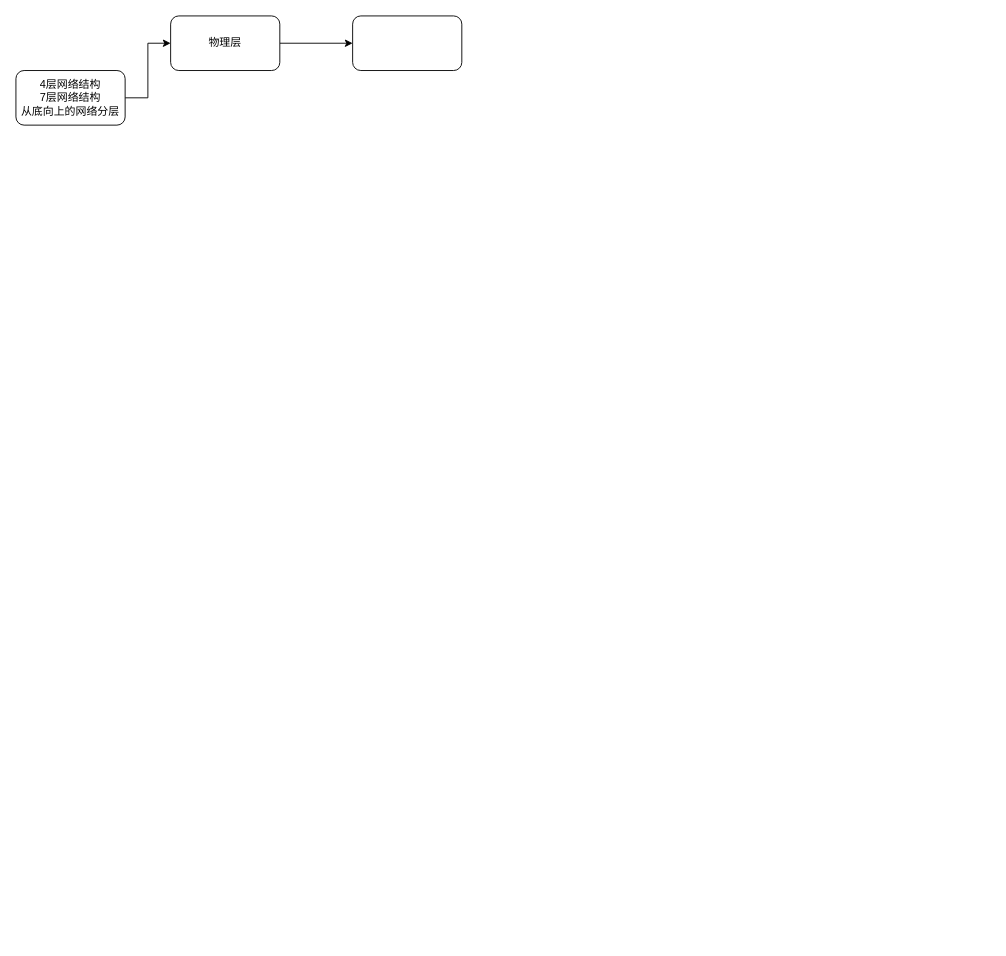
The draw.io diagram 网络.drawio in ShareTheWord/ml, before the edit. Source tidied: cells renumbered, new cells numbered last; positions are measured from the earlier drawing's top-left corner, leaving out a move shared by most shapes. Both pictures are drawn from the tidied source at 91%, with x=0, y=0 at pixel (15, 15).
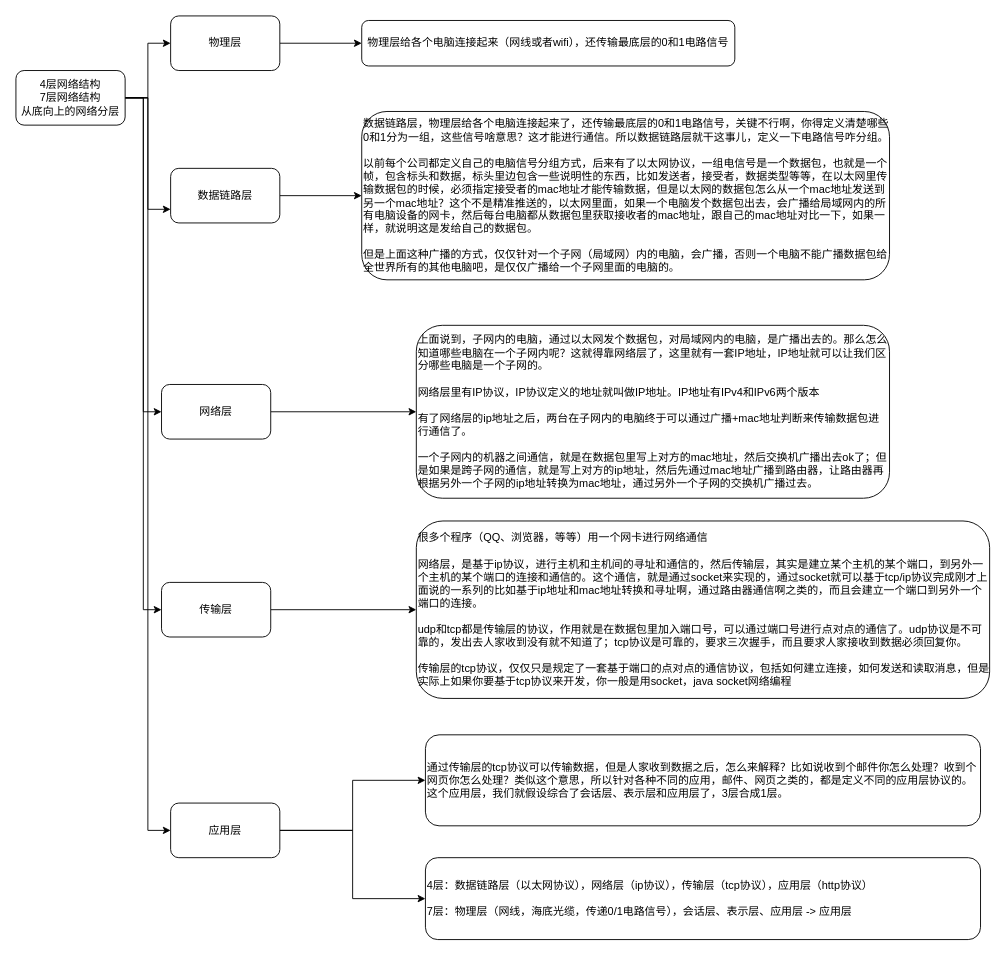
Above is the later version.

The change refers to these unchanged cells:
```xml
<mxCell id="3" value="4层网络结构&lt;br&gt;7层网络结构&lt;br&gt;从底向上的网络分层" style="rounded=1;whiteSpace=wrap;html=1;" parent="1" vertex="1">
  <mxGeometry y="60" width="120" height="60" as="geometry" />
</mxCell>
```

What changed in the source:
```diff
@@
+    <mxCell id="7" style="edgeStyle=orthogonalEdgeStyle;rounded=0;jettySize=auto;html=1;entryX=0;entryY=0.75;entryDx=0;entryDy=0;" parent="1" edge="1" source="3" target="12">
+      <mxGeometry relative="1" as="geometry" />
+    </mxCell>
+    <mxCell id="8" style="edgeStyle=orthogonalEdgeStyle;rounded=0;jettySize=auto;html=1;entryX=0;entryY=0.5;entryDx=0;entryDy=0;" parent="1" edge="1" source="3" target="16">
+      <mxGeometry relative="1" as="geometry" />
+    </mxCell>
+    <mxCell id="9" style="edgeStyle=orthogonalEdgeStyle;rounded=0;jettySize=auto;html=1;entryX=0;entryY=0.5;entryDx=0;entryDy=0;" parent="1" edge="1" source="3" target="18">
+      <mxGeometry relative="1" as="geometry" />
+    </mxCell>
+    <mxCell id="10" style="edgeStyle=orthogonalEdgeStyle;rounded=0;jettySize=auto;html=1;entryX=0;entryY=0.5;entryDx=0;entryDy=0;" parent="1" edge="1" source="3" target="22">
+      <mxGeometry relative="1" as="geometry" />
+    </mxCell>
@@
-    <mxCell id="6" style="rounded=1;whiteSpace=wrap;html=1;" parent="1" vertex="1">
-      <mxGeometry x="370" width="120" height="60" as="geometry" />
+    <mxCell id="6" value="物理层给各个电脑连接起来（网线或者wifi），还传输最底层的0和1电路信号" style="rounded=1;whiteSpace=wrap;html=1;" parent="1" vertex="1">
+      <mxGeometry x="380" y="5" width="410" height="50" as="geometry" />
     </mxCell>
+    <mxCell id="11" style="edgeStyle=orthogonalEdgeStyle;rounded=0;jettySize=auto;html=1;" parent="1" edge="1" source="12" target="13">
+      <mxGeometry relative="1" as="geometry" />
+    </mxCell>
+    <mxCell id="12" value="数据链路层" style="rounded=1;whiteSpace=wrap;html=1;" parent="1" vertex="1">
+      <mxGeometry x="170" y="167.5" width="120" height="60" as="geometry" />
+    </mxCell>
+    <mxCell id="13" value="数据链路层，物理层给各个电脑连接起来了，还传输最底层的0和1电路信号，关键不行啊，你得定义清楚哪些0和1分为一组，这些信号啥意思？这才能进行通信。所以数据链路层就干这事儿，定义一下电路信号咋分组。&lt;br&gt;&lt;br&gt;以前每个公司都定义自己的电脑信号分组方式，后来有了以太网协议，一组电信号是一个数据包，也就是一个帧，包含标头和数据，标头里边包含一些说明性的东西，比如发送者，接受者，数据类型等等，在以太网里传输数据包的时候，必须指定接受者的mac地址才能传输数据，&lt;span&gt;但是以太网的数据包怎么从一个mac地址发送到另一个mac地址？这个不是精准推送的，以太网里面，如果一个电脑发个数据包出去，会广播给局域网内的所有电脑设备的网卡，然后每台电脑都从数据包里获取接收者的mac地址，跟自己的mac地址对比一下，如果一样，就说明这是发给自己的数据包。&lt;/span&gt;&lt;div&gt;&lt;br&gt;&lt;/div&gt;&lt;div&gt;但是上面这种广播的方式，仅仅针对一个子网（局域网）内的电脑，会广播，否则一个电脑不能广播数据包给全世界所有的其他电脑吧，是仅仅广播给一个子网里面的电脑的。&lt;/div&gt;" style="rounded=1;whiteSpace=wrap;html=1;align=left;" parent="1" vertex="1">
+      <mxGeometry x="380" y="105" width="580" height="185" as="geometry" />
+    </mxCell>
+    <mxCell id="14" value="上面说到，子网内的电脑，通过以太网发个数据包，对局域网内的电脑，是广播出去的。那么怎么知道哪些电脑在一个子网内呢？这就得靠网络层了，这里就有一套IP地址，IP地址就可以让我们区分哪些电脑是一个子网的。&lt;br&gt;&lt;br&gt;网络层里有IP协议，IP协议定义的地址就叫做IP地址。IP地址有IPv4和IPv6两个版本&lt;br&gt;&lt;br&gt;有了网络层的ip地址之后，两台在子网内的电脑终于可以通过广播+mac地址判断来传输数据包进行通信了。&lt;br&gt;&lt;br&gt;一个子网内的机器之间通信，就是在数据包里写上对方的mac地址，然后交换机广播出去ok了；但是如果是跨子网的通信，就是写上对方的ip地址，然后先通过mac地址广播到路由器，让路由器再根据另外一个子网的ip地址转换为mac地址，通过另外一个子网的交换机广播过去。" style="rounded=1;whiteSpace=wrap;html=1;align=left;" parent="1" vertex="1">
+      <mxGeometry x="440" y="340" width="520" height="190" as="geometry" />
+    </mxCell>
+    <mxCell id="15" style="edgeStyle=orthogonalEdgeStyle;rounded=0;jettySize=auto;html=1;" parent="1" edge="1" source="16" target="14">
+      <mxGeometry relative="1" as="geometry" />
+    </mxCell>
+    <mxCell id="16" value="网络层" style="rounded=1;whiteSpace=wrap;html=1;" parent="1" vertex="1">
+      <mxGeometry x="160" y="405" width="120" height="60" as="geometry" />
+    </mxCell>
+    <mxCell id="17" style="edgeStyle=orthogonalEdgeStyle;rounded=0;jettySize=auto;html=1;entryX=0;entryY=0.5;entryDx=0;entryDy=0;" parent="1" edge="1" source="18" target="19">
+      <mxGeometry relative="1" as="geometry" />
+    </mxCell>
+    <mxCell id="18" value="传输层" style="rounded=1;whiteSpace=wrap;html=1;align=center;" parent="1" vertex="1">
+      <mxGeometry x="160" y="622.5" width="120" height="60" as="geometry" />
+    </mxCell>
+    <mxCell id="19" value="很多个程序（QQ、浏览器，等等）用一个网卡进行网络通信&lt;br&gt;&lt;br&gt;网络层，是基于ip协议，进行主机和主机间的寻址和通信的，然后传输层，其实是建立某个主机的某个端口，到另外一个主机的某个端口的连接和通信的。这个通信，就是通过socket来实现的，通过socket就可以基于tcp/ip协议完成刚才上面说的一系列的比如基于ip地址和mac地址转换和寻址啊，通过路由器通信啊之类的，而且会建立一个端口到另外一个端口的连接。&lt;br&gt;&lt;br&gt;&lt;div&gt;udp和tcp都是传输层的协议，作用就是在数据包里加入端口号，可以通过端口号进行点对点的通信了。udp协议是不可靠的，发出去人家收到没有就不知道了；tcp协议是可靠的，要求三次握手，而且要求人家接收到数据必须回复你。&lt;/div&gt;&lt;div&gt;&lt;br&gt;&lt;/div&gt;&lt;div&gt;传输层的tcp协议，仅仅只是规定了一套基于端口的点对点的通信协议，包括如何建立连接，如何发送和读取消息，但是实际上如果你要基于tcp协议来开发，你一般是用socket，java socket网络编程&lt;/div&gt;" style="rounded=1;whiteSpace=wrap;html=1;align=left;" parent="1" vertex="1">
+      <mxGeometry x="440" y="555" width="630" height="195" as="geometry" />
+    </mxCell>
+    <mxCell id="20" style="edgeStyle=orthogonalEdgeStyle;rounded=0;jettySize=auto;html=1;entryX=0;entryY=0.5;entryDx=0;entryDy=0;" parent="1" edge="1" source="22" target="23">
+      <mxGeometry relative="1" as="geometry" />
+    </mxCell>
+    <mxCell id="21" style="edgeStyle=orthogonalEdgeStyle;rounded=0;jettySize=auto;html=1;entryX=0;entryY=0.5;entryDx=0;entryDy=0;" parent="1" edge="1" source="22" target="24">
+      <mxGeometry relative="1" as="geometry" />
+    </mxCell>
+    <mxCell id="22" value="应用层" style="rounded=1;whiteSpace=wrap;html=1;align=center;" parent="1" vertex="1">
+      <mxGeometry x="170" y="865" width="120" height="60" as="geometry" />
+    </mxCell>
+    <mxCell id="23" value="通过传输层的tcp协议可以传输数据，但是人家收到数据之后，怎么来解释？比如说收到个邮件你怎么处理？收到个网页你怎么处理？类似这个意思，所以针对各种不同的应用，邮件、网页之类的，都是定义不同的应用层协议的。这个应用层，我们就假设综合了会话层、表示层和应用层了，3层合成1层。" style="rounded=1;whiteSpace=wrap;html=1;align=left;" parent="1" vertex="1">
+      <mxGeometry x="450" y="790" width="610" height="100" as="geometry" />
+    </mxCell>
+    <mxCell id="24" value="&lt;span&gt;4层：数据链路层（以太网协议），网络层（ip协议），传输层（tcp协议），应用层（http协议）&lt;/span&gt;&lt;div&gt;&lt;br&gt;&lt;/div&gt;&lt;div&gt;7层：物理层（网线，海底光缆，传递0/1电路信号），会话层、表示层、应用层 -&amp;gt; 应用层&lt;/div&gt;" style="rounded=1;whiteSpace=wrap;html=1;align=left;" parent="1" vertex="1">
+      <mxGeometry x="450" y="925" width="610" height="90" as="geometry" />
+    </mxCell>
```
